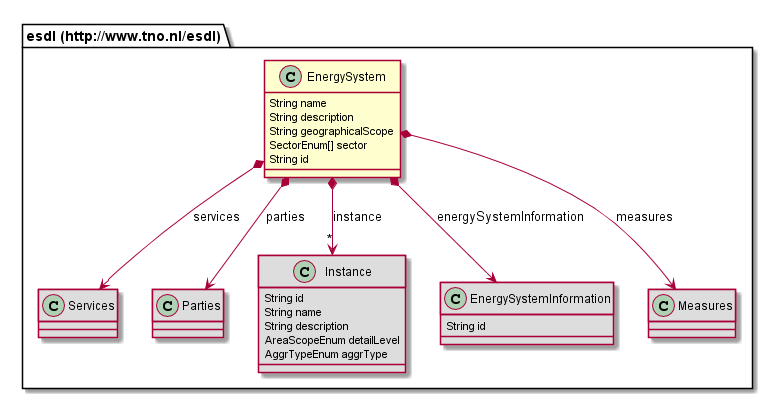
This is 687474703a2f2f7777772e746e6f2e6e6c2f6573646c/EnergySystem.png from EnergyTransition/energytransition.github.io, a PlantUML export, as it was before one commit.
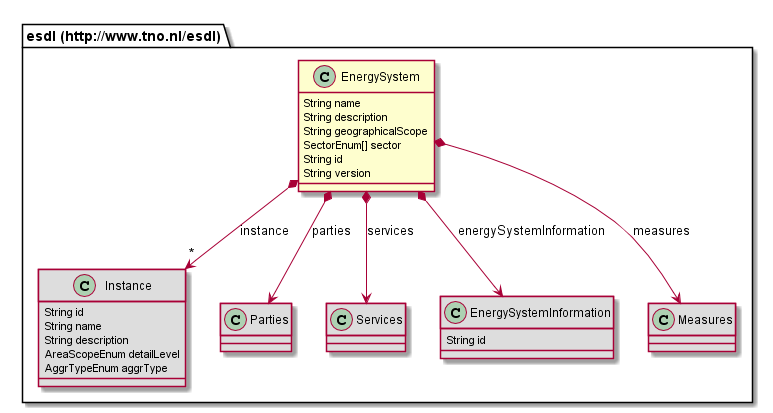
The same file after the commit.

Diff of the diagram source:
```diff
@@ -5,10 +5,7 @@
 	String geographicalScope
 	SectorEnum[] sector
 	String id
-}
-class "esdl (http://www.tno.nl/esdl).Services" [[#router/doc-content/687474703a2f2f7777772e746e6f2e6e6c2f6573646c/Services.html{Defines a collection of logical services used in the energy system, e.g. Demand-Response, Aggregator services, Energy markets and control strategies.}]] #DDDDDD {
-}
-class "esdl (http://www.tno.nl/esdl).Parties" [[#router/doc-content/687474703a2f2f7777772e746e6f2e6e6c2f6573646c/Parties.html{Container for parties that have a role in the energy system}]] #DDDDDD {
+	String version
 }
 class "esdl (http://www.tno.nl/esdl).Instance" [[#router/doc-content/687474703a2f2f7777772e746e6f2e6e6c2f6573646c/Instance.html{Instances are used to represent different representations of the same EnergySystem. }]] #DDDDDD {
 	String id
@@ -16,6 +13,10 @@
 	String description
 	AreaScopeEnum detailLevel
 	AggrTypeEnum aggrType
+}
+class "esdl (http://www.tno.nl/esdl).Parties" [[#router/doc-content/687474703a2f2f7777772e746e6f2e6e6c2f6573646c/Parties.html{Container for parties that have a role in the energy system}]] #DDDDDD {
+}
+class "esdl (http://www.tno.nl/esdl).Services" [[#router/doc-content/687474703a2f2f7777772e746e6f2e6e6c2f6573646c/Services.html{Defines a collection of logical services used in the energy system, e.g. Demand-Response, Aggregator services, Energy markets and control strategies.}]] #DDDDDD {
 }
 class "esdl (http://www.tno.nl/esdl).EnergySystemInformation" [[#router/doc-content/687474703a2f2f7777772e746e6f2e6e6c2f6573646c/EnergySystemInformation.html{Describes reusable information of the energy system, that other classes can refer to in this energy system, such as carriers, profiles, data sources, quantity and units.}]] #DDDDDD {
 	String id
```
